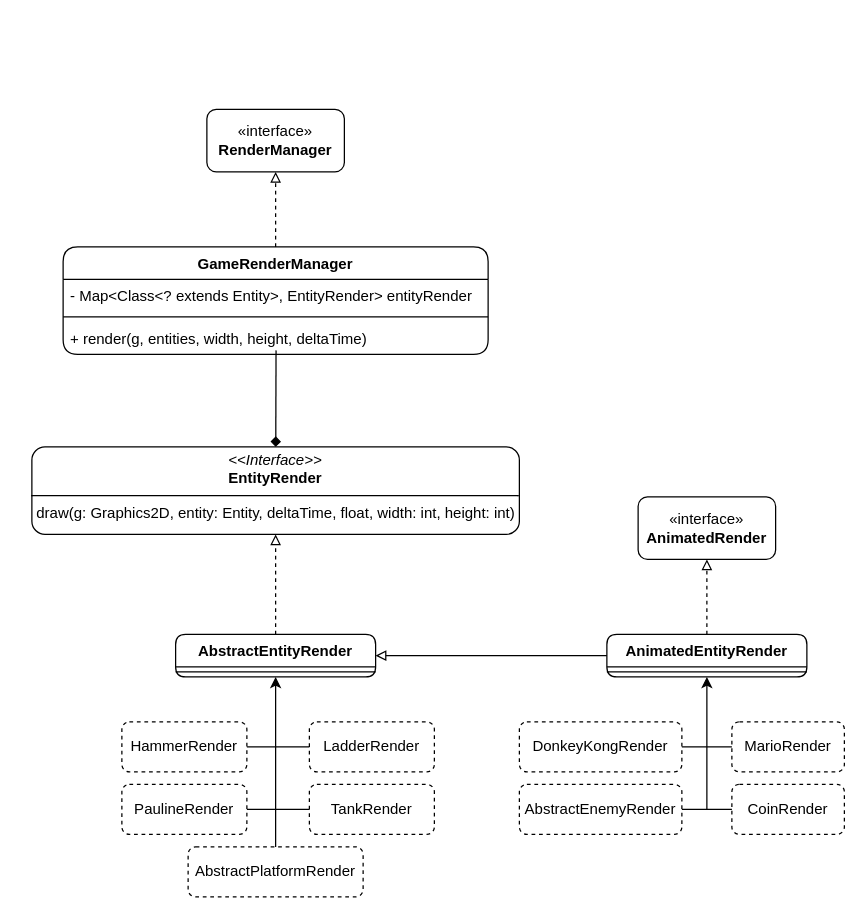
This is report/drawio/GameRenderManager.drawio from unibo-oop-projects/OOP24-AlessandroRebosio-FilippoRicciotti-Grace-GraziaBochdanovits-RenovateBot-coffeBreak, a draw.io file, before an edit. Source tidied: cells renumbered, new cells numbered last; positions are measured from the earlier drawing's top-left corner, leaving out a move shared by most shapes. Both pictures are drawn from the tidied source at 125%, with x=0, y=0 at pixel (31, 109).
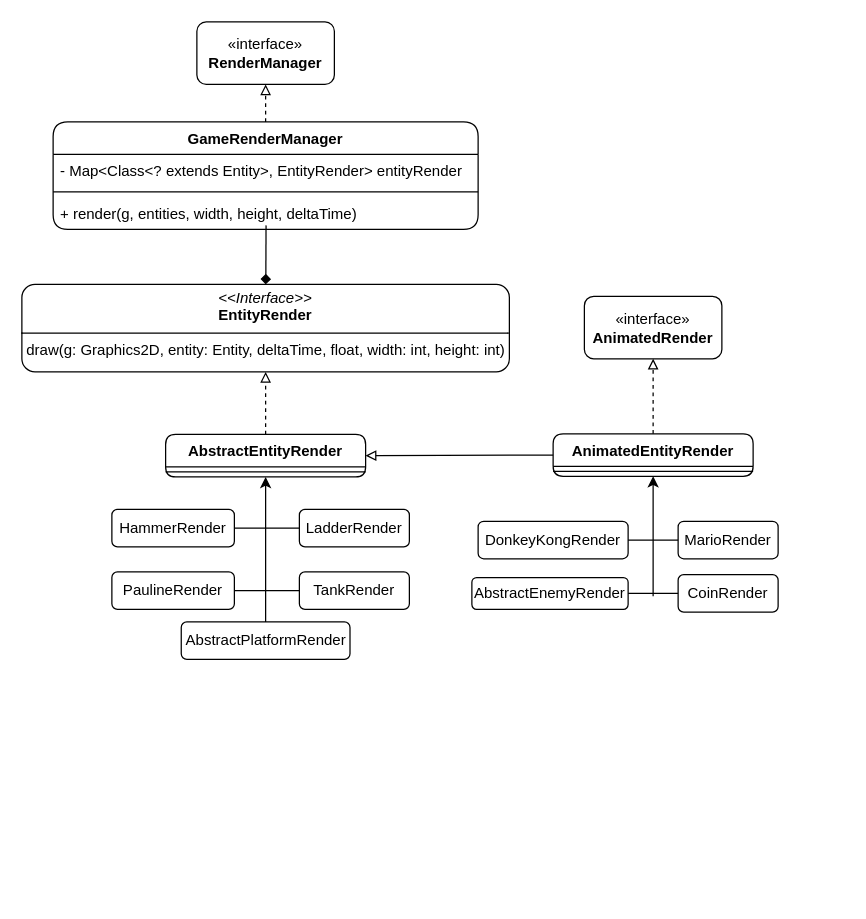
Above is the later version.

Change to the diagram source:
```diff
@@
     <mxCell id="2" value="GameRenderManager&lt;div&gt;&lt;br&gt;&lt;/div&gt;" style="swimlane;fontStyle=1;align=center;verticalAlign=top;horizontal=1;startSize=26;whiteSpace=wrap;html=1;rounded=1;" parent="1" vertex="1">
-      <mxGeometry x="25" y="110" width="340" height="86" as="geometry" />
+      <mxGeometry x="17" y="10" width="340" height="86" as="geometry" />
     </mxCell>
@@
     <mxCell id="6" value="&lt;p style=&quot;margin:0px;margin-top:4px;text-align:center;&quot;&gt;&lt;i&gt;&amp;lt;&amp;lt;Interface&amp;gt;&amp;gt;&lt;/i&gt;&lt;br&gt;&lt;b&gt;EntityRender&lt;/b&gt;&lt;/p&gt;&lt;hr size=&quot;1&quot; style=&quot;border-style:solid;&quot;&gt;&lt;p style=&quot;margin:0px;margin-left:4px;&quot;&gt;&lt;span style=&quot;background-color: transparent; color: light-dark(rgb(0, 0, 0), rgb(255, 255, 255));&quot;&gt;draw(g: Graphics2D, entity: Entity, deltaTime, float, width: int, height: int)&lt;/span&gt;&lt;/p&gt;" style="verticalAlign=top;align=left;overflow=fill;html=1;whiteSpace=wrap;rounded=1;" parent="1" vertex="1">
-      <mxGeometry y="270" width="390" height="70" as="geometry" />
+      <mxGeometry x="-8" y="140" width="390" height="70" as="geometry" />
     </mxCell>
     <mxCell id="7" value="AbstractEntityRender&lt;div&gt;&lt;br&gt;&lt;/div&gt;" style="swimlane;fontStyle=1;align=center;verticalAlign=top;horizontal=1;startSize=26;whiteSpace=wrap;html=1;rounded=1;" parent="1" vertex="1">
-      <mxGeometry x="115" y="420" width="160" height="34" as="geometry" />
+      <mxGeometry x="107" y="260" width="160" height="34" as="geometry" />
     </mxCell>
@@
     <mxCell id="9" value="«interface»&lt;br&gt;&lt;b&gt;AnimatedRender&lt;/b&gt;" style="html=1;whiteSpace=wrap;rounded=1;" parent="1" vertex="1">
-      <mxGeometry x="485" y="310" width="110" height="50" as="geometry" />
+      <mxGeometry x="442" y="149.5" width="110" height="50" as="geometry" />
     </mxCell>
     <mxCell id="10" value="AnimatedEntityRender&lt;div&gt;&lt;br&gt;&lt;/div&gt;" style="swimlane;fontStyle=1;align=center;verticalAlign=top;horizontal=1;startSize=26;whiteSpace=wrap;html=1;rounded=1;" parent="1" vertex="1">
-      <mxGeometry x="460" y="420" width="160" height="34" as="geometry" />
+      <mxGeometry x="417" y="259.5" width="160" height="34" as="geometry" />
     </mxCell>
@@
     <mxCell id="16" value="«interface»&lt;br&gt;&lt;b&gt;RenderManager&lt;/b&gt;" style="html=1;whiteSpace=wrap;rounded=1;" parent="1" vertex="1">
-      <mxGeometry x="140" width="110" height="50" as="geometry" />
+      <mxGeometry x="132" y="-70" width="110" height="50" as="geometry" />
     </mxCell>
@@
-    <mxCell id="18" value="PaulineRender" style="html=1;whiteSpace=wrap;dashed=1;rounded=1;" parent="1" vertex="1">
-      <mxGeometry x="72" y="540" width="100" height="40" as="geometry" />
+    <mxCell id="18" value="PaulineRender" style="html=1;whiteSpace=wrap;rounded=1;" parent="1" vertex="1">
+      <mxGeometry x="64" y="370" width="98" height="30" as="geometry" />
     </mxCell>
-    <mxCell id="19" value="HammerRender" style="html=1;whiteSpace=wrap;dashed=1;rounded=1;" parent="1" vertex="1">
-      <mxGeometry x="72" y="490" width="100" height="40" as="geometry" />
+    <mxCell id="19" value="HammerRender" style="html=1;whiteSpace=wrap;rounded=1;" parent="1" vertex="1">
+      <mxGeometry x="64" y="320" width="98" height="30" as="geometry" />
     </mxCell>
-    <mxCell id="20" value="LadderRender" style="html=1;whiteSpace=wrap;rounded=1;dashed=1;" parent="1" vertex="1">
-      <mxGeometry x="222" y="490" width="100" height="40" as="geometry" />
+    <mxCell id="20" value="LadderRender" style="html=1;whiteSpace=wrap;rounded=1;" parent="1" vertex="1">
+      <mxGeometry x="214" y="320" width="88" height="30" as="geometry" />
     </mxCell>
-    <mxCell id="21" value="AbstractPlatformRender" style="html=1;whiteSpace=wrap;dashed=1;rounded=1;" parent="1" vertex="1">
-      <mxGeometry x="125" y="590" width="140" height="40" as="geometry" />
+    <mxCell id="21" value="AbstractPlatformRender" style="html=1;whiteSpace=wrap;rounded=1;strokeColor=default;" parent="1" vertex="1">
+      <mxGeometry x="119.5" y="410" width="135" height="30" as="geometry" />
     </mxCell>
-    <mxCell id="22" value="DonkeyKongRender" style="html=1;whiteSpace=wrap;dashed=1;rounded=1;" parent="1" vertex="1">
-      <mxGeometry x="390" y="490" width="130" height="40" as="geometry" />
+    <mxCell id="22" value="DonkeyKongRender" style="html=1;whiteSpace=wrap;rounded=1;" parent="1" vertex="1">
+      <mxGeometry x="357" y="329.5" width="120" height="30" as="geometry" />
     </mxCell>
-    <mxCell id="23" value="MarioRender" style="html=1;whiteSpace=wrap;dashed=1;rounded=1;" parent="1" vertex="1">
-      <mxGeometry x="560" y="490" width="90" height="40" as="geometry" />
+    <mxCell id="23" value="MarioRender" style="html=1;whiteSpace=wrap;rounded=1;strokeColor=default;" parent="1" vertex="1">
+      <mxGeometry x="517" y="329.5" width="80" height="30" as="geometry" />
     </mxCell>
-    <mxCell id="24" value="CoinRender" style="html=1;whiteSpace=wrap;rounded=1;dashed=1;" parent="1" vertex="1">
-      <mxGeometry x="560" y="540" width="90" height="40" as="geometry" />
+    <mxCell id="24" value="CoinRender" style="html=1;whiteSpace=wrap;rounded=1;" parent="1" vertex="1">
+      <mxGeometry x="517" y="372.2" width="80" height="30" as="geometry" />
     </mxCell>
-    <mxCell id="25" value="AbstractEnemyRender" style="html=1;whiteSpace=wrap;dashed=1;rounded=1;" parent="1" vertex="1">
-      <mxGeometry x="390" y="540" width="130" height="40" as="geometry" />
+    <mxCell id="25" value="AbstractEnemyRender" style="html=1;whiteSpace=wrap;rounded=1;" parent="1" vertex="1">
+      <mxGeometry x="352" y="374.5" width="125" height="25.5" as="geometry" />
     </mxCell>
-    <mxCell id="26" value="TankRender" style="html=1;whiteSpace=wrap;dashed=1;rounded=1;" parent="1" vertex="1">
-      <mxGeometry x="222" y="540" width="100" height="40" as="geometry" />
+    <mxCell id="26" value="TankRender" style="html=1;whiteSpace=wrap;rounded=1;" parent="1" vertex="1">
+      <mxGeometry x="214" y="370" width="88" height="30" as="geometry" />
     </mxCell>
@@
     <mxCell id="32" style="endArrow=classic;html=1;rounded=0;entryX=0.5;entryY=1;entryDx=0;entryDy=0;" parent="1" edge="1" target="10">
       <mxGeometry relative="1" as="geometry">
-        <mxPoint x="540" y="560" as="sourcePoint" />
+        <mxPoint x="497" y="389.5" as="sourcePoint" />
       </mxGeometry>
     </mxCell>
```
